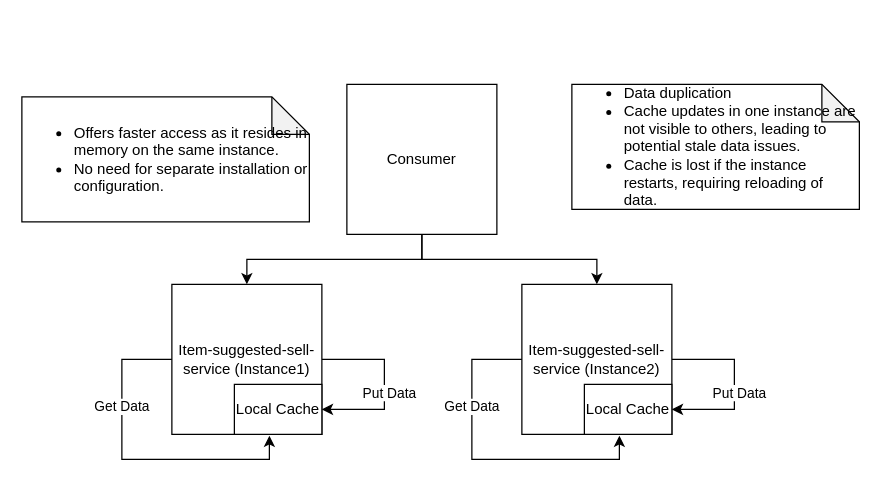
Before: Sample.drawio in aswathamnaren/ArchitectureDiagrams, a draw.io diagram. Source tidied: cells renumbered, new cells numbered last; positions are measured from the earlier drawing's top-left corner, leaving out a move shared by most shapes. Both pictures are drawn from the tidied source at 125%, with x=0, y=0 at pixel (21, 84).
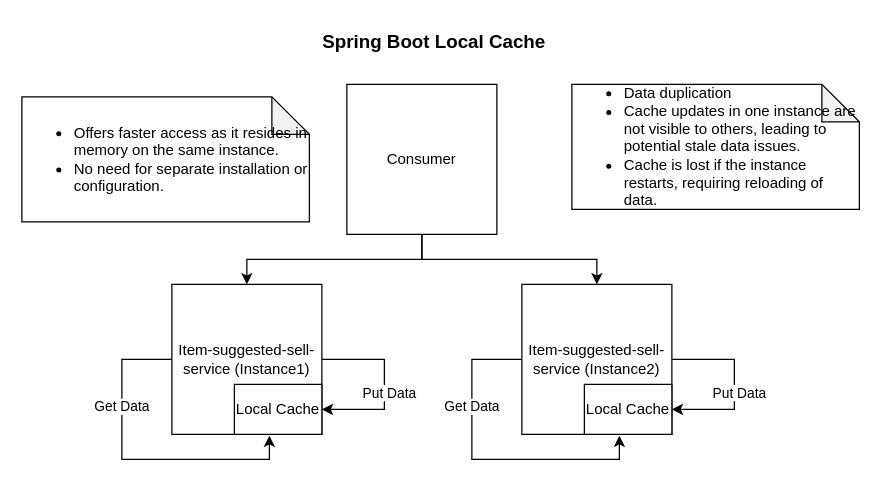
The same page after the edit.

What changed in the source:
```diff
@@
+    <mxCell id="19" value="Spring Boot Local Cache" style="text;html=1;align=center;verticalAlign=middle;whiteSpace=wrap;rounded=0;fontSize=15;fontStyle=1;" parent="1" vertex="1">
+      <mxGeometry x="230" y="-50" width="200" height="30" as="geometry" />
+    </mxCell>
```
